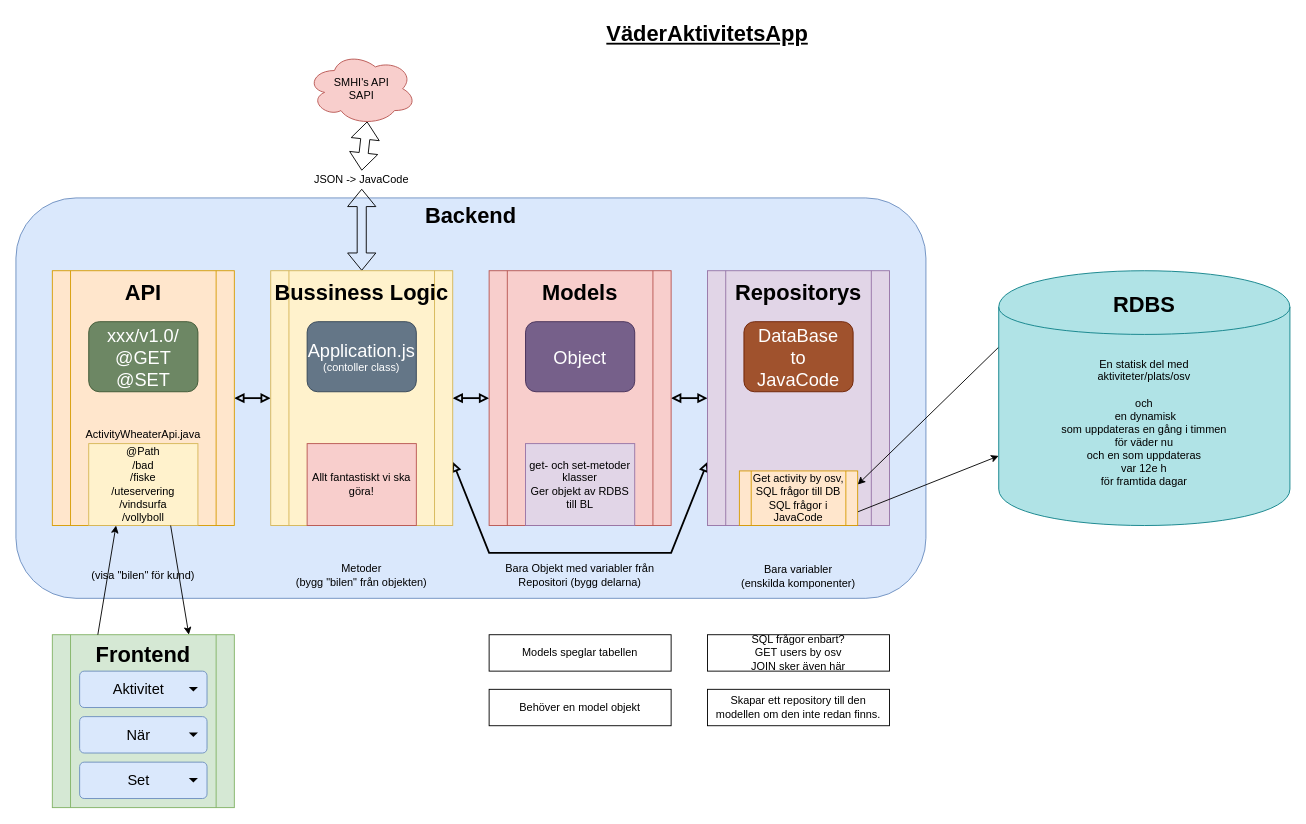
Earlier version of the draw.io diagram page "VäderAktivitetsApp" (1 of 7) of System_översikt.drawio (deskavaenkelt/JavaEEuppgift). Source tidied: cells renumbered, new cells numbered last; positions are measured from the earlier drawing's top-left corner, leaving out a move shared by most shapes. Both pictures are drawn from the tidied source at 91%, with x=0, y=0 at pixel (15, 15).
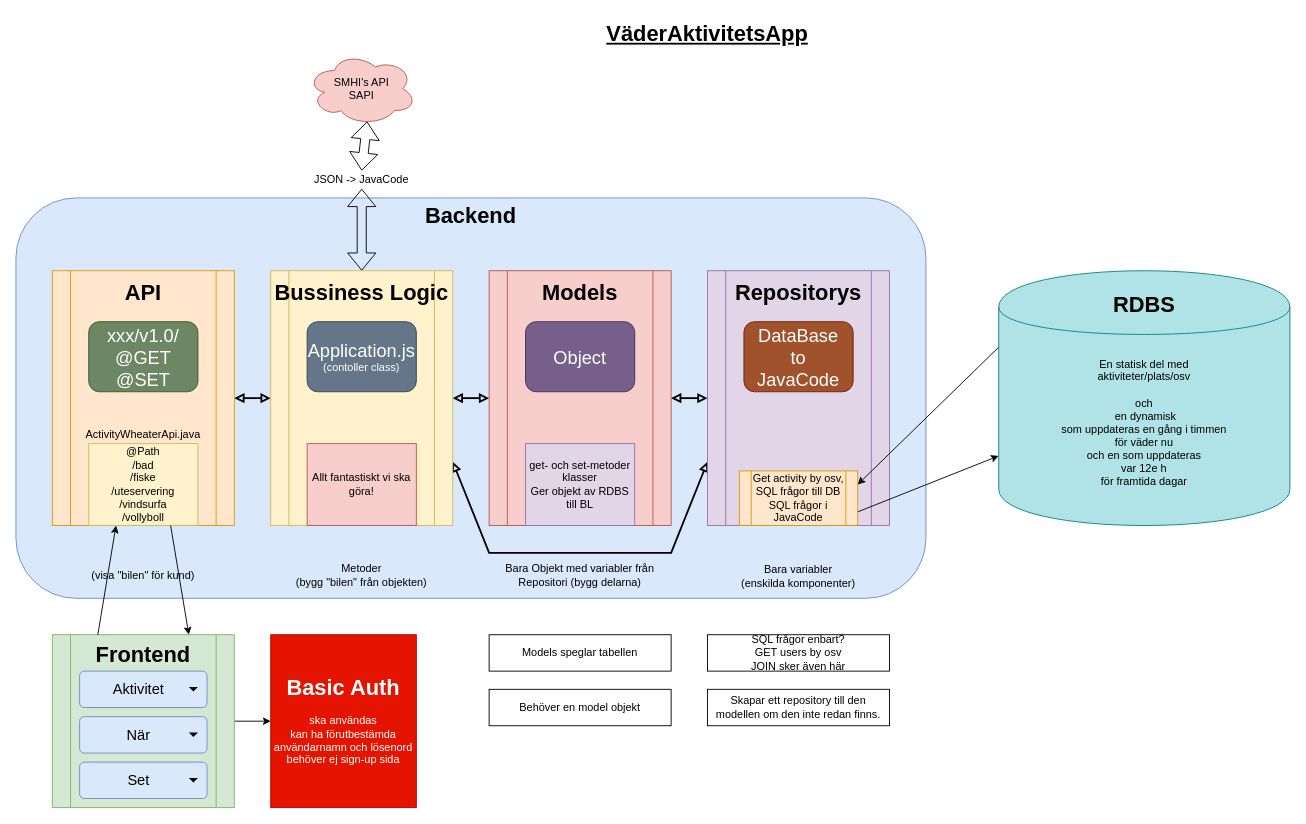
The same page after the edit.

The change refers to these unchanged cells:
```xml
<mxCell id="27" value="&lt;b&gt;&lt;font style=&quot;font-size: 24px&quot;&gt;Frontend&lt;br&gt;&lt;br&gt;&lt;br&gt;&lt;br&gt;&lt;br&gt;&lt;br&gt;&lt;/font&gt;&lt;/b&gt;" style="shape=process;whiteSpace=wrap;html=1;backgroundOutline=1;fillColor=#d5e8d4;strokeColor=#82b366;" parent="1" vertex="1">
  <mxGeometry x="40" y="680" width="200" height="190" as="geometry" />
</mxCell>
```

The edit, as a diff of the source:
```diff
@@
+    <mxCell id="50" style="edgeStyle=orthogonalEdgeStyle;rounded=0;jettySize=auto;html=1;exitX=1;exitY=0.5;exitDx=0;exitDy=0;entryX=0;entryY=0.5;entryDx=0;entryDy=0;" parent="1" edge="1" source="27" target="51">
+      <mxGeometry relative="1" as="geometry" />
+    </mxCell>
@@
+    <mxCell id="51" value="&lt;b&gt;&lt;font style=&quot;font-size: 24px&quot;&gt;Basic Auth&lt;br&gt;&lt;/font&gt;&lt;/b&gt;&lt;br&gt;ska användas&lt;br&gt;kan ha förutbestämda användarnamn och lösenord&lt;br&gt;behöver ej sign-up sida&lt;br&gt;" style="rounded=0;whiteSpace=wrap;html=1;fillColor=#e51400;strokeColor=#B20000;fontColor=#ffffff;" parent="1" vertex="1">
+      <mxGeometry x="280" y="680" width="160" height="190" as="geometry" />
+    </mxCell>
```
